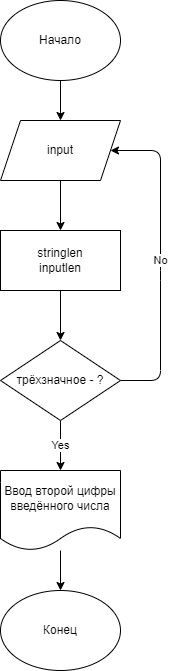
AVERD0SE/Homework keeps this draw.io diagram as Task5/Task5.drawio.png. Above is the earlier version. Source tidied: cells renumbered, new cells last; positions are measured from the earlier drawing's top-left corner, leaving out a move shared by most shapes. Source of this version:
```xml
<mxGraphModel>
  <root>
    <mxCell id="0" />
    <mxCell id="1" parent="0" />
    <mxCell id="2" style="edgeStyle=none;html=1;entryX=0.5;entryY=0;entryDx=0;entryDy=0;" parent="1" edge="1" source="3" target="6">
      <mxGeometry relative="1" as="geometry" />
    </mxCell>
    <mxCell id="3" value="Начало" style="ellipse;whiteSpace=wrap;html=1;" parent="1" vertex="1">
      <mxGeometry width="120" height="80" as="geometry" />
    </mxCell>
    <mxCell id="4" style="edgeStyle=none;html=1;entryX=0.5;entryY=0;entryDx=0;entryDy=0;" parent="1" edge="1" target="9">
      <mxGeometry relative="1" as="geometry">
        <mxPoint x="60" y="290" as="sourcePoint" />
      </mxGeometry>
    </mxCell>
    <mxCell id="5" style="edgeStyle=none;html=1;" parent="1" edge="1" source="6" target="13">
      <mxGeometry relative="1" as="geometry" />
    </mxCell>
    <mxCell id="6" value="input" style="shape=parallelogram;perimeter=parallelogramPerimeter;whiteSpace=wrap;html=1;fixedSize=1;" parent="1" vertex="1">
      <mxGeometry y="120" width="120" height="60" as="geometry" />
    </mxCell>
    <mxCell id="7" value="Yes" style="edgeStyle=none;html=1;entryX=0.5;entryY=0;entryDx=0;entryDy=0;" parent="1" edge="1" source="9" target="11">
      <mxGeometry relative="1" as="geometry" />
    </mxCell>
    <mxCell id="8" value="No" style="edgeStyle=none;html=1;entryX=1;entryY=0.5;entryDx=0;entryDy=0;exitX=1;exitY=0.5;exitDx=0;exitDy=0;" parent="1" edge="1" source="9" target="6">
      <mxGeometry relative="1" as="geometry">
        <Array as="points">
          <mxPoint x="160" y="380" />
          <mxPoint x="160" y="270" />
          <mxPoint x="160" y="150" />
        </Array>
      </mxGeometry>
    </mxCell>
    <mxCell id="9" value="трёхзначное - ?" style="rhombus;whiteSpace=wrap;html=1;" parent="1" vertex="1">
      <mxGeometry y="340" width="120" height="80" as="geometry" />
    </mxCell>
    <mxCell id="10" style="edgeStyle=none;html=1;" parent="1" edge="1" source="11" target="12">
      <mxGeometry relative="1" as="geometry" />
    </mxCell>
    <mxCell id="11" value="Ввод второй цифры введённого числа" style="shape=document;whiteSpace=wrap;html=1;boundedLbl=1;" parent="1" vertex="1">
      <mxGeometry y="470" width="120" height="80" as="geometry" />
    </mxCell>
    <mxCell id="12" value="Конец" style="ellipse;whiteSpace=wrap;html=1;" parent="1" vertex="1">
      <mxGeometry y="590" width="120" height="80" as="geometry" />
    </mxCell>
    <mxCell id="13" value="stringlen&lt;br&gt;inputlen" style="rounded=0;whiteSpace=wrap;html=1;" parent="1" vertex="1">
      <mxGeometry y="230" width="120" height="60" as="geometry" />
    </mxCell>
  </root>
</mxGraphModel>
```
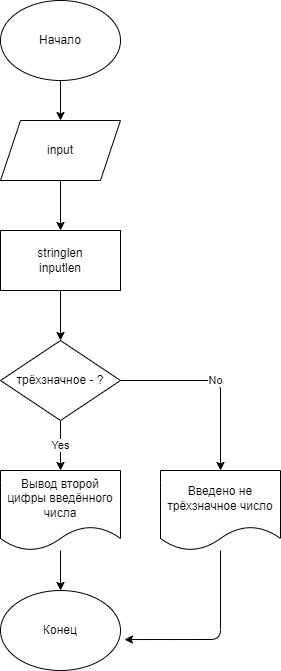
Above is the later version.

Change to the diagram source:
```diff
@@ -22,12 +22,10 @@
     <mxCell id="7" value="Yes" style="edgeStyle=none;html=1;entryX=0.5;entryY=0;entryDx=0;entryDy=0;" parent="1" edge="1" source="9" target="11">
       <mxGeometry relative="1" as="geometry" />
     </mxCell>
-    <mxCell id="8" value="No" style="edgeStyle=none;html=1;entryX=1;entryY=0.5;entryDx=0;entryDy=0;exitX=1;exitY=0.5;exitDx=0;exitDy=0;" parent="1" edge="1" source="9" target="6">
+    <mxCell id="8" value="No" style="edgeStyle=none;html=1;" parent="1" edge="1" source="9" target="15">
       <mxGeometry relative="1" as="geometry">
         <Array as="points">
-          <mxPoint x="160" y="380" />
-          <mxPoint x="160" y="270" />
-          <mxPoint x="160" y="150" />
+          <mxPoint x="220" y="380" />
         </Array>
       </mxGeometry>
     </mxCell>
@@ -37,7 +35,7 @@
     <mxCell id="10" style="edgeStyle=none;html=1;" parent="1" edge="1" source="11" target="12">
       <mxGeometry relative="1" as="geometry" />
     </mxCell>
-    <mxCell id="11" value="Ввод второй цифры введённого числа" style="shape=document;whiteSpace=wrap;html=1;boundedLbl=1;" parent="1" vertex="1">
+    <mxCell id="11" value="Вывод второй цифры введённого числа" style="shape=document;whiteSpace=wrap;html=1;boundedLbl=1;" parent="1" vertex="1">
       <mxGeometry y="470" width="120" height="80" as="geometry" />
     </mxCell>
     <mxCell id="12" value="Конец" style="ellipse;whiteSpace=wrap;html=1;" parent="1" vertex="1">
@@ -46,5 +44,15 @@
     <mxCell id="13" value="stringlen&lt;br&gt;inputlen" style="rounded=0;whiteSpace=wrap;html=1;" parent="1" vertex="1">
       <mxGeometry y="230" width="120" height="60" as="geometry" />
     </mxCell>
+    <mxCell id="14" style="edgeStyle=none;html=1;entryX=1.033;entryY=0.613;entryDx=0;entryDy=0;entryPerimeter=0;" parent="1" edge="1" source="15" target="12">
+      <mxGeometry relative="1" as="geometry">
+        <Array as="points">
+          <mxPoint x="220" y="639" />
+        </Array>
+      </mxGeometry>
+    </mxCell>
+    <mxCell id="15" value="&lt;span style=&quot;font-family: &amp;#34;helvetica&amp;#34;&quot;&gt;Введено не трёхзначное число&lt;/span&gt;" style="shape=document;whiteSpace=wrap;html=1;boundedLbl=1;" parent="1" vertex="1">
+      <mxGeometry x="160" y="470" width="120" height="80" as="geometry" />
+    </mxCell>
   </root>
 </mxGraphModel>
```
